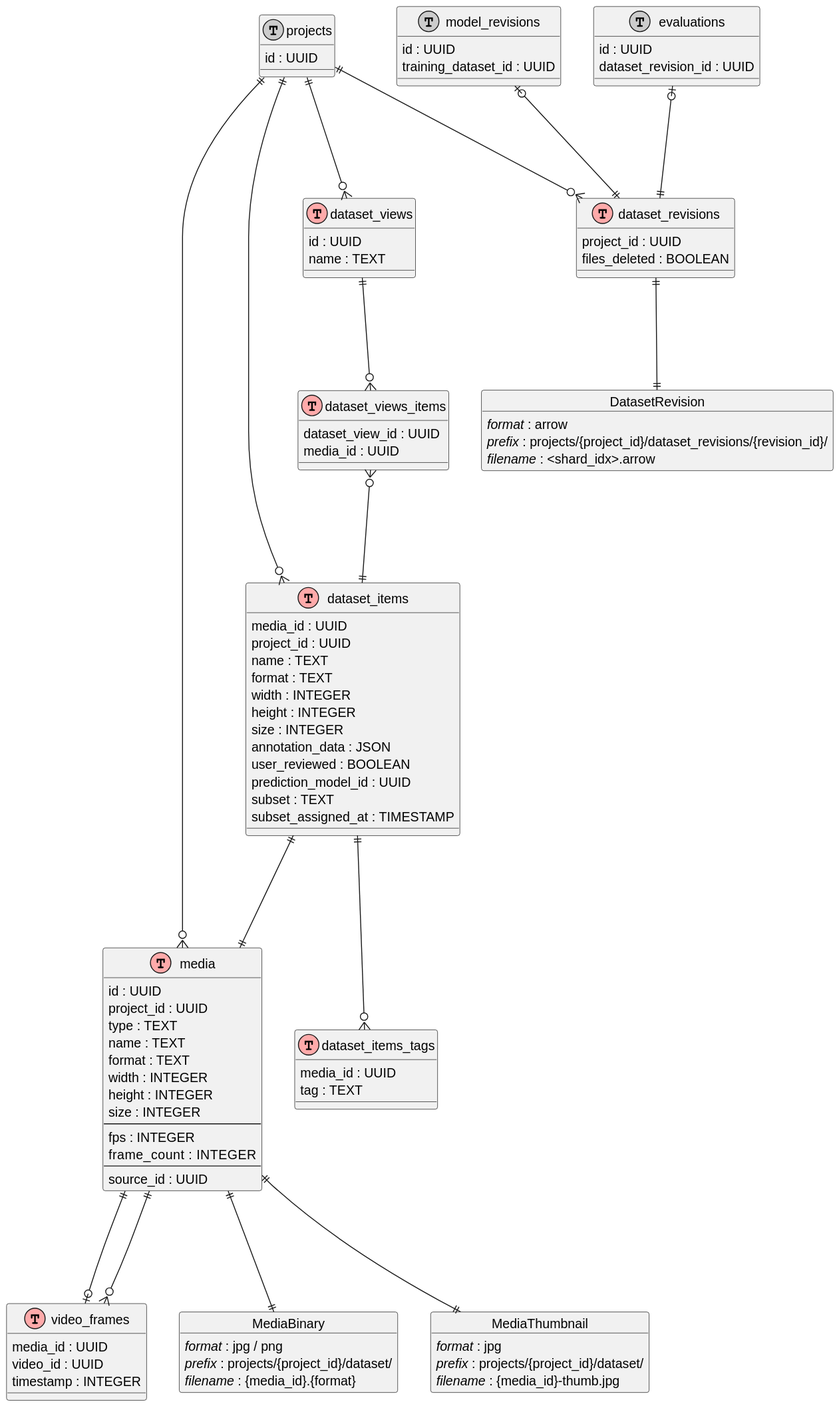
Earlier version of the PlantUML export application/docs/media/storage/datasets.svg (open-edge-platform/training_extensions).
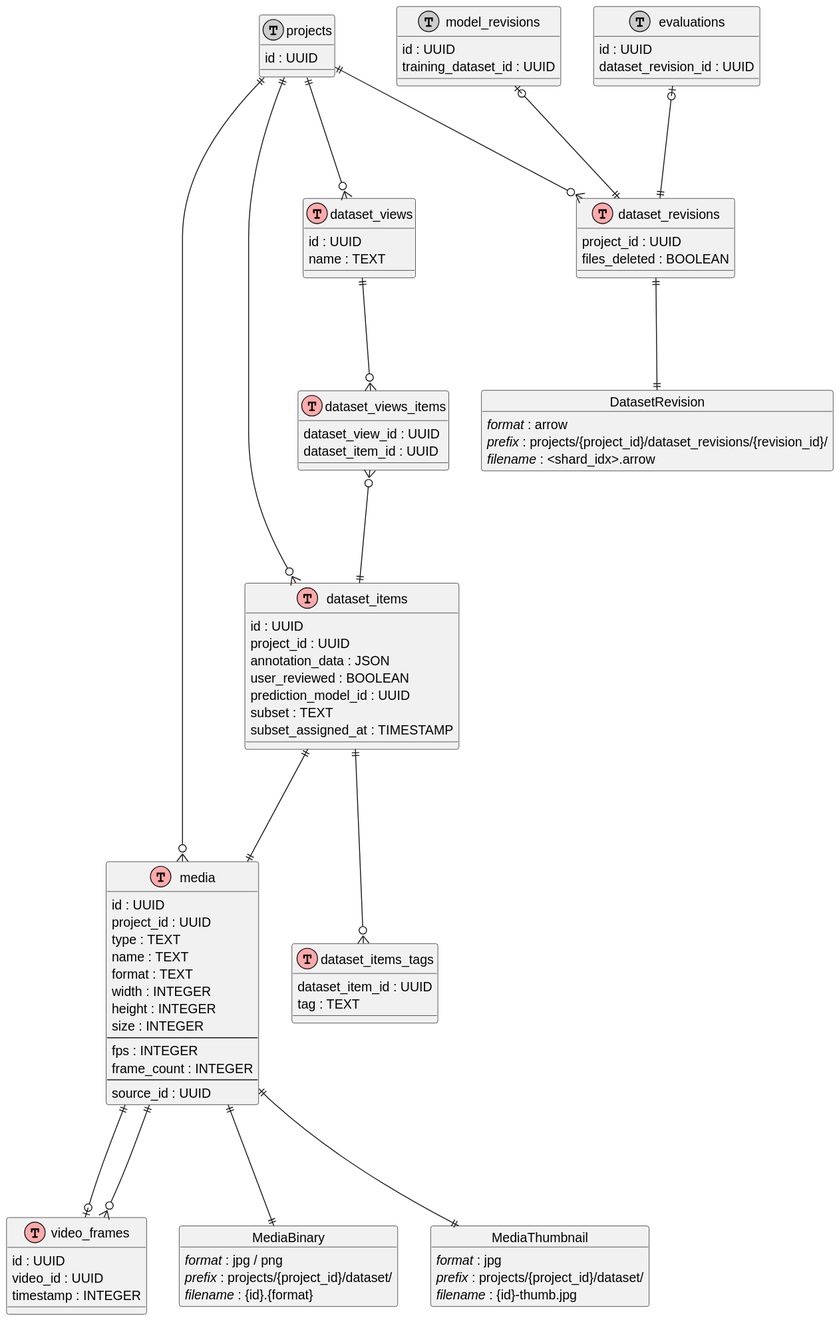
The same diagram one commit later.

Change to the diagram source:
```diff
@@ -11,25 +11,20 @@
   size : INTEGER
   --
   fps : INTEGER
-  frames_count : INTEGER
+  frame_count : INTEGER
   --
   source_id : UUID
 }
 
 class video_frames << (T,#FFAAAA) >> {
-  media_id : UUID
+  id : UUID
   video_id : UUID
   timestamp : INTEGER
 }
 
 class dataset_items << (T,#FFAAAA) >> {
-  media_id : UUID
+  id : UUID
   project_id : UUID
-  name : TEXT
-  format : TEXT
-  width : INTEGER
-  height : INTEGER
-  size : INTEGER
   annotation_data : JSON
   user_reviewed : BOOLEAN
   prediction_model_id : UUID
@@ -38,7 +33,7 @@
 }
 
 class dataset_items_tags << (T,#FFAAAA) >> {
-  media_id : UUID
+  dataset_item_id : UUID
   tag : TEXT
 }
 
@@ -51,7 +46,7 @@
 
 class dataset_views_items << (T,#FFAAAA) >> {
   dataset_view_id : UUID
-  media_id : UUID
+  dataset_item_id : UUID
 }
 
 dataset_views ||---o{ dataset_views_items
@@ -66,13 +61,13 @@
 object MediaBinary {
   <i>format</i> : jpg / png
   <i>prefix</i> : projects/{project_id}/dataset/
-  <i>filename</i> : {media_id}.{format}
+  <i>filename</i> : {id}.{format}
 }
 
 object MediaThumbnail {
   <i>format</i> : jpg
   <i>prefix</i> : projects/{project_id}/dataset/
-  <i>filename</i> : {media_id}-thumb.jpg
+  <i>filename</i> : {id}-thumb.jpg
 }
 
 object DatasetRevision {
```
